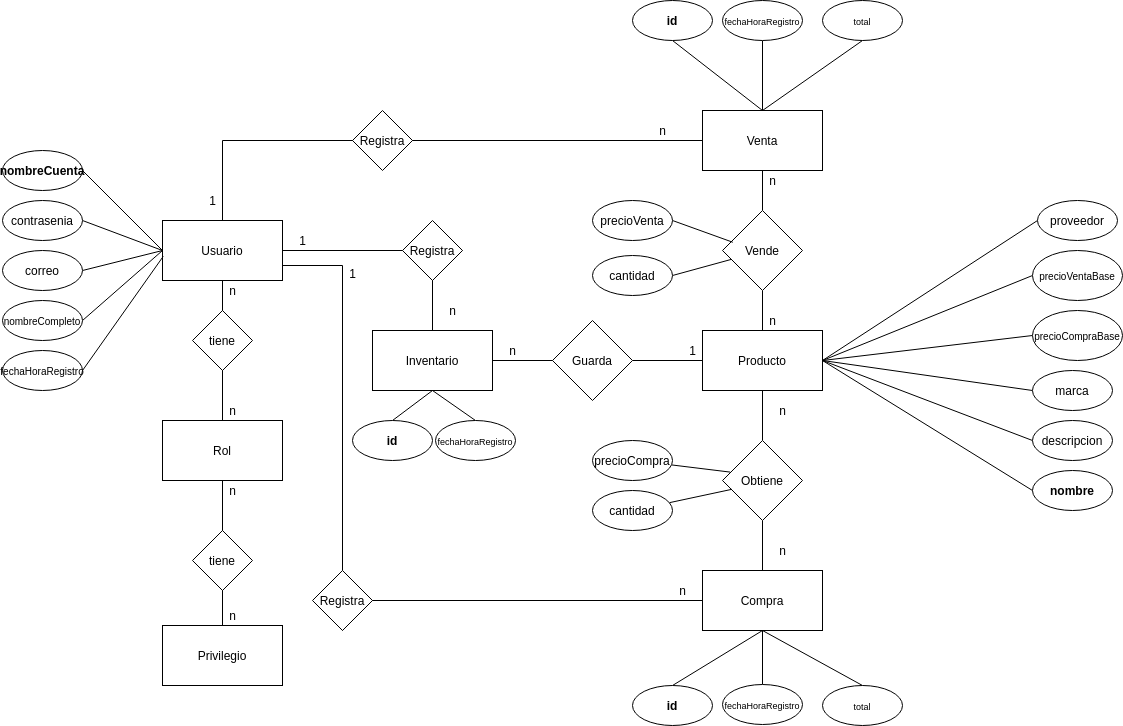
Above: Documentos/Diagrama-MER.png in albertcastaned/LDAW (draw.io), before the change. Source tidied: cells renumbered, new cells last; positions are measured from the earlier drawing's top-left corner, leaving out a move shared by most shapes.
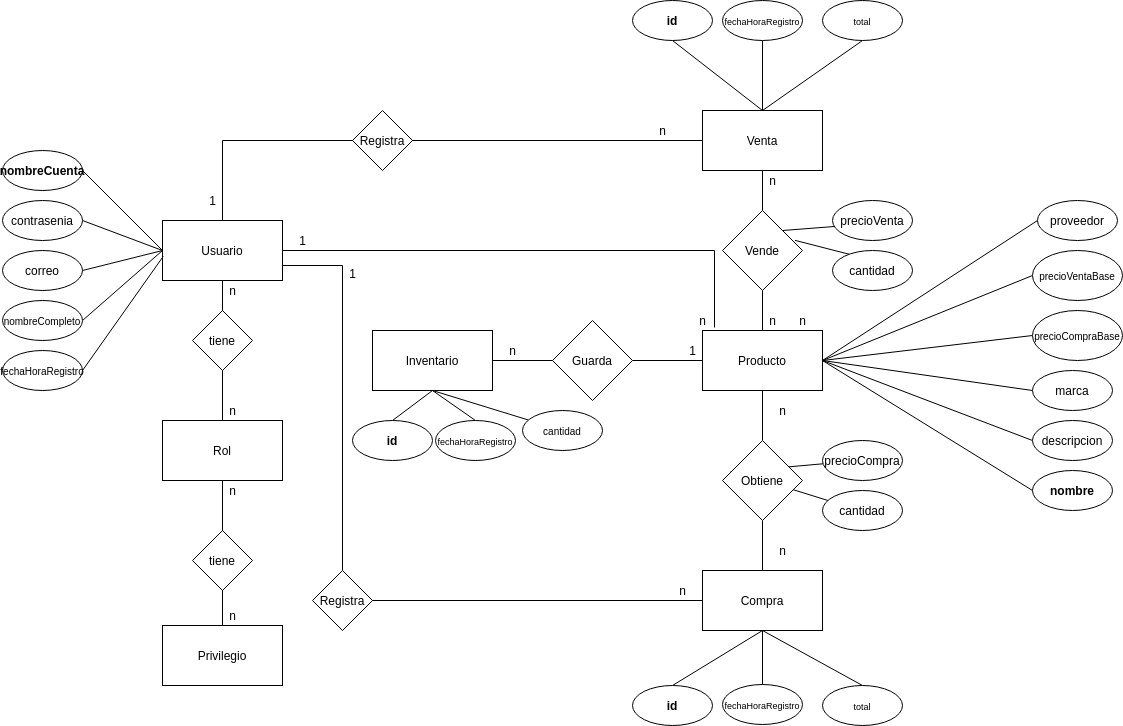
The same file after the commit.

The edit, as a diff of the source:
```diff
@@ -11,6 +11,9 @@
     <mxCell id="4" style="edgeStyle=none;rounded=0;jettySize=auto;html=1;exitX=0.5;exitY=1;exitDx=0;exitDy=0;entryX=0.5;entryY=0;entryDx=0;entryDy=0;endArrow=none;endFill=0;" parent="1" edge="1" source="5" target="91">
       <mxGeometry relative="1" as="geometry" />
     </mxCell>
+    <mxCell id="94" style="rounded=0;jettySize=auto;html=1;exitX=0.5;exitY=1;exitDx=0;exitDy=0;endArrow=none;endFill=0;" parent="1" edge="1" source="5" target="95">
+      <mxGeometry relative="1" as="geometry" />
+    </mxCell>
     <mxCell id="5" value="Inventario" style="rounded=0;whiteSpace=wrap;html=1;" parent="1" vertex="1">
       <mxGeometry x="370" y="330" width="120" height="60" as="geometry" />
     </mxCell>
@@ -111,7 +114,7 @@
     <mxCell id="34" style="edgeStyle=none;rounded=0;jettySize=auto;html=1;exitX=0.5;exitY=1;exitDx=0;exitDy=0;endArrow=none;endFill=0;" parent="1" edge="1" source="36" target="8">
       <mxGeometry relative="1" as="geometry" />
     </mxCell>
-    <mxCell id="35" style="edgeStyle=none;rounded=0;jettySize=auto;html=1;exitX=0.107;exitY=0.612;exitDx=0;exitDy=0;entryX=1;entryY=0.5;entryDx=0;entryDy=0;endArrow=none;endFill=0;exitPerimeter=0;" parent="1" edge="1" source="36" target="42">
+    <mxCell id="35" style="edgeStyle=none;rounded=0;jettySize=auto;html=1;exitX=0.906;exitY=0.373;exitDx=0;exitDy=0;entryX=1;entryY=0.5;entryDx=0;entryDy=0;endArrow=none;endFill=0;exitPerimeter=0;" parent="1" edge="1" source="36" target="42">
       <mxGeometry relative="1" as="geometry" />
     </mxCell>
     <mxCell id="36" value="Vende" style="rhombus;whiteSpace=wrap;html=1;" parent="1" vertex="1">
@@ -126,14 +129,14 @@
     <mxCell id="39" style="edgeStyle=none;rounded=0;orthogonalLoop=1;jettySize=auto;html=1;exitX=0.25;exitY=0;exitDx=0;exitDy=0;entryX=0.5;entryY=0;entryDx=0;entryDy=0;endArrow=none;endFill=0;" parent="1" edge="1" source="14" target="14">
       <mxGeometry relative="1" as="geometry" />
     </mxCell>
-    <mxCell id="40" style="rounded=0;jettySize=auto;html=1;exitX=1;exitY=0.5;exitDx=0;exitDy=0;entryX=0.129;entryY=0.397;entryDx=0;entryDy=0;endArrow=none;endFill=0;entryPerimeter=0;" parent="1" edge="1" source="41" target="36">
+    <mxCell id="40" style="rounded=0;jettySize=auto;html=1;exitX=1;exitY=0.5;exitDx=0;exitDy=0;entryX=1;entryY=0;entryDx=0;entryDy=0;endArrow=none;endFill=0;" parent="1" edge="1" source="41" target="36">
       <mxGeometry relative="1" as="geometry" />
     </mxCell>
     <mxCell id="41" value="precioVenta" style="ellipse;whiteSpace=wrap;html=1;" parent="1" vertex="1">
-      <mxGeometry x="590" y="200" width="80" height="40" as="geometry" />
+      <mxGeometry x="830" y="200" width="80" height="40" as="geometry" />
     </mxCell>
     <mxCell id="42" value="cantidad" style="ellipse;whiteSpace=wrap;html=1;" parent="1" vertex="1">
-      <mxGeometry x="590" y="255" width="80" height="40" as="geometry" />
+      <mxGeometry x="830" y="250" width="80" height="40" as="geometry" />
     </mxCell>
     <mxCell id="43" style="edgeStyle=none;rounded=0;jettySize=auto;html=1;exitX=0.5;exitY=0;exitDx=0;exitDy=0;entryX=0.5;entryY=1;entryDx=0;entryDy=0;endArrow=none;endFill=0;" parent="1" edge="1" source="46" target="8">
       <mxGeometry relative="1" as="geometry" />
@@ -160,13 +163,13 @@
       <mxGeometry x="720" y="684" width="80" height="40" as="geometry" />
     </mxCell>
     <mxCell id="51" value="precioCompra" style="ellipse;whiteSpace=wrap;html=1;" parent="1" vertex="1">
-      <mxGeometry x="590" y="440" width="80" height="40" as="geometry" />
+      <mxGeometry x="820" y="440" width="80" height="40" as="geometry" />
     </mxCell>
-    <mxCell id="52" style="edgeStyle=none;rounded=0;jettySize=auto;html=1;endArrow=none;endFill=0;entryX=0.118;entryY=0.61;entryDx=0;entryDy=0;entryPerimeter=0;" parent="1" edge="1" source="53" target="46">
+    <mxCell id="52" style="edgeStyle=none;rounded=0;jettySize=auto;html=1;endArrow=none;endFill=0;" parent="1" edge="1" source="53" target="46">
       <mxGeometry relative="1" as="geometry" />
     </mxCell>
     <mxCell id="53" value="cantidad" style="ellipse;whiteSpace=wrap;html=1;" parent="1" vertex="1">
-      <mxGeometry x="590" y="490" width="80" height="40" as="geometry" />
+      <mxGeometry x="820" y="490" width="80" height="40" as="geometry" />
     </mxCell>
     <mxCell id="54" style="edgeStyle=none;rounded=0;jettySize=auto;html=1;exitX=0.5;exitY=0;exitDx=0;exitDy=0;entryX=0.5;entryY=1;entryDx=0;entryDy=0;endArrow=none;endFill=0;" parent="1" edge="1" source="55" target="15">
       <mxGeometry relative="1" as="geometry" />
@@ -199,13 +202,6 @@
         </Array>
       </mxGeometry>
     </mxCell>
-    <mxCell id="63" style="edgeStyle=none;rounded=0;jettySize=auto;html=1;exitX=1;exitY=0.5;exitDx=0;exitDy=0;entryX=0.5;entryY=0;entryDx=0;entryDy=0;endArrow=none;endFill=0;" parent="1" edge="1" source="72" target="5">
-      <mxGeometry relative="1" as="geometry">
-        <Array as="points">
-          <mxPoint x="430" y="270" />
-        </Array>
-      </mxGeometry>
-    </mxCell>
     <mxCell id="64" value="Usuario" style="rounded=0;whiteSpace=wrap;html=1;" parent="1" vertex="1">
       <mxGeometry x="160" y="220" width="120" height="60" as="geometry" />
     </mxCell>
@@ -230,12 +226,6 @@
     <mxCell id="71" value="Registra" style="rhombus;whiteSpace=wrap;html=1;" parent="1" vertex="1">
       <mxGeometry x="350" y="110" width="60" height="60" as="geometry" />
     </mxCell>
-    <mxCell id="72" value="Registra" style="rhombus;whiteSpace=wrap;html=1;" parent="1" vertex="1">
-      <mxGeometry x="400" y="220" width="60" height="60" as="geometry" />
-    </mxCell>
-    <mxCell id="73" style="edgeStyle=none;rounded=0;jettySize=auto;html=1;exitX=1;exitY=0.5;exitDx=0;exitDy=0;entryX=0;entryY=0.5;entryDx=0;entryDy=0;endArrow=none;endFill=0;" parent="1" edge="1" source="64" target="72">
-      <mxGeometry relative="1" as="geometry" />
-    </mxCell>
     <mxCell id="74" style="edgeStyle=none;rounded=0;jettySize=auto;html=1;entryX=0;entryY=0.5;entryDx=0;entryDy=0;endArrow=none;endFill=0;" parent="1" edge="1" source="77" target="15">
       <mxGeometry relative="1" as="geometry">
         <Array as="points">
@@ -246,9 +236,6 @@
     <mxCell id="75" value="1" style="text;html=1;align=center;verticalAlign=middle;" parent="1" vertex="1">
       <mxGeometry x="290" y="230" width="20" height="20" as="geometry" />
     </mxCell>
-    <mxCell id="76" value="n" style="text;html=1;align=center;verticalAlign=middle;" parent="1" vertex="1">
-      <mxGeometry x="440" y="300" width="20" height="20" as="geometry" />
-    </mxCell>
     <mxCell id="77" value="Registra" style="rhombus;whiteSpace=wrap;html=1;" parent="1" vertex="1">
       <mxGeometry x="310" y="570" width="60" height="60" as="geometry" />
     </mxCell>
@@ -310,5 +297,22 @@
     <mxCell id="93" value="tiene" style="rhombus;whiteSpace=wrap;html=1;" parent="1" vertex="1">
       <mxGeometry x="190" y="530" width="60" height="60" as="geometry" />
     </mxCell>
+    <mxCell id="95" value="&lt;font size=&quot;1&quot;&gt;cantidad&lt;/font&gt;" style="ellipse;whiteSpace=wrap;html=1;" parent="1" vertex="1">
+      <mxGeometry x="520" y="410" width="80" height="40" as="geometry" />
+    </mxCell>
+    <mxCell id="96" style="edgeStyle=none;rounded=0;jettySize=auto;html=1;exitX=1;exitY=0.5;exitDx=0;exitDy=0;endArrow=none;endFill=0;" parent="1" edge="1" source="64">
+      <mxGeometry relative="1" as="geometry">
+        <mxPoint x="712" y="327" as="targetPoint" />
+        <Array as="points">
+          <mxPoint x="712" y="250" />
+        </Array>
+      </mxGeometry>
+    </mxCell>
+    <mxCell id="97" value="n" style="text;html=1;align=center;verticalAlign=middle;" parent="1" vertex="1">
+      <mxGeometry x="690" y="310" width="20" height="20" as="geometry" />
+    </mxCell>
+    <mxCell id="98" value="n" style="text;html=1;align=center;verticalAlign=middle;" parent="1" vertex="1">
+      <mxGeometry x="790" y="310" width="20" height="20" as="geometry" />
+    </mxCell>
   </root>
 </mxGraphModel>
```
